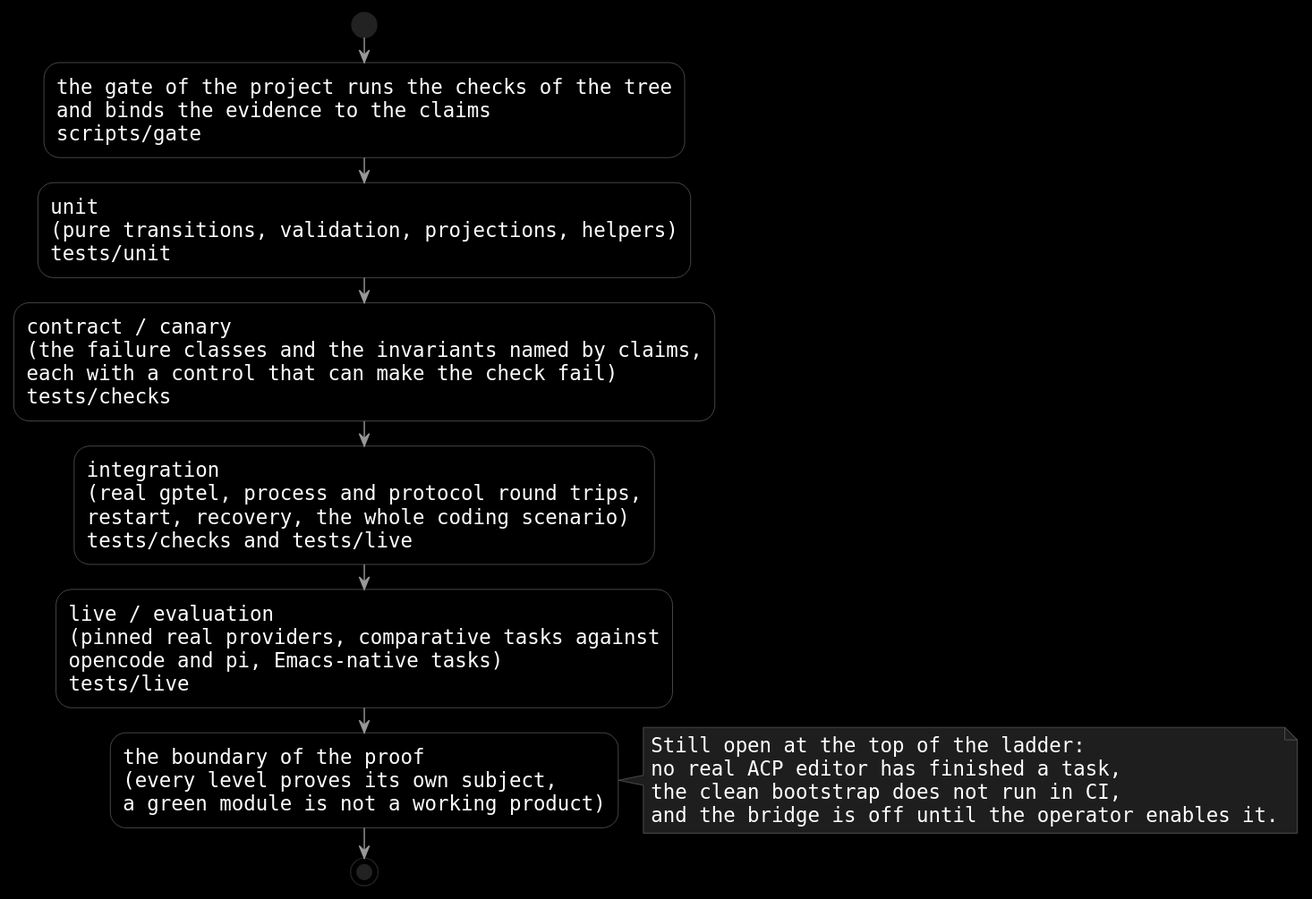
Above: site/assets/diagrams/check-levels-dark.svg in 11111000000/yeah (PlantUML), before the change.
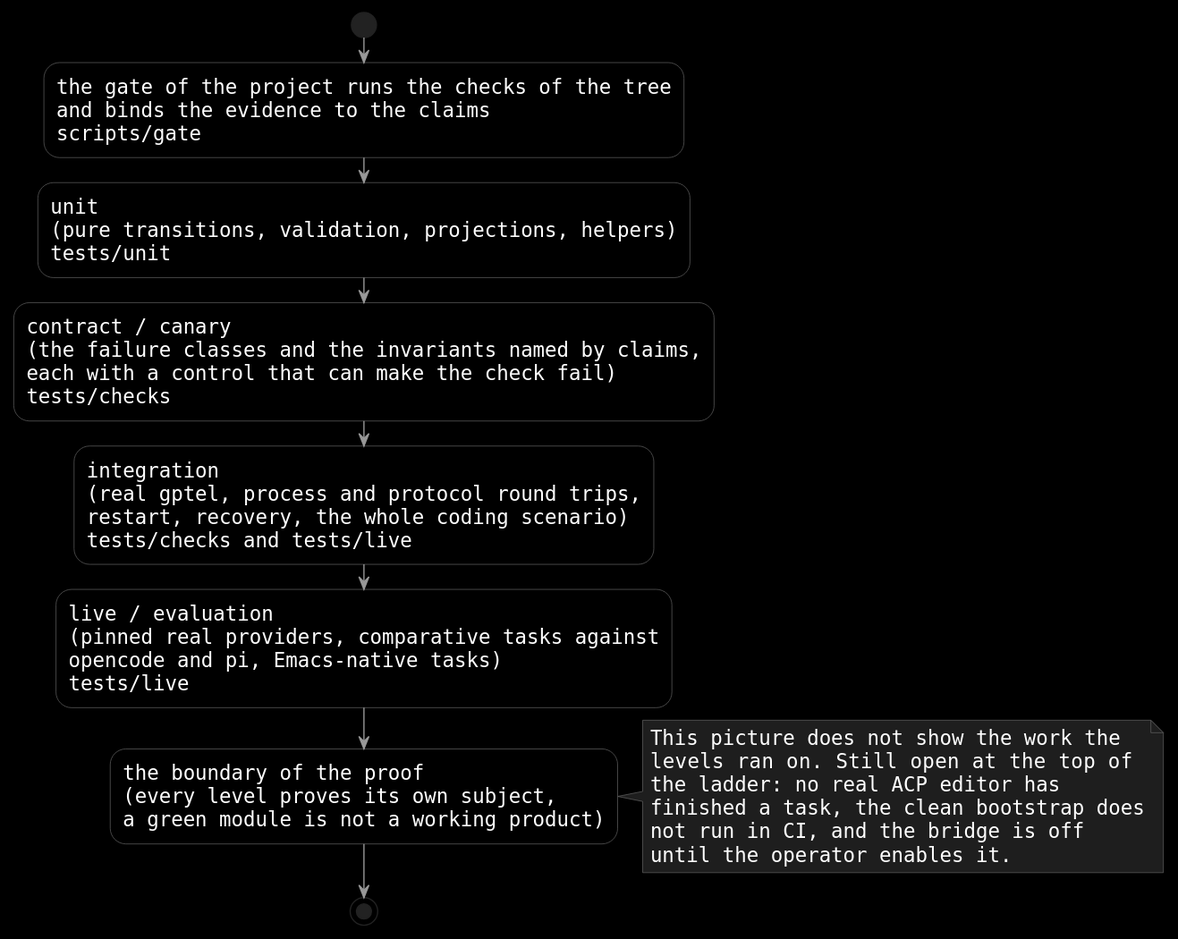
After the change.

Diff of the diagram source:
```diff
@@ -1,4 +1,5 @@
 @startuml
+!define SUBJECT_BG #0E3A2C
 skinparam nodeStyle rectangle
 skinparam stateStyle rectangle
 skinparam componentStyle rectangle
@@ -56,10 +57,12 @@
 a green module is not a working product);
 
 note right
-  Still open at the top of the ladder:
-  no real ACP editor has finished a task,
-  the clean bootstrap does not run in CI,
-  and the bridge is off until the operator enables it.
+  This picture does not show the work the
+  levels ran on.  Still open at the top of
+  the ladder: no real ACP editor has
+  finished a task, the clean bootstrap does
+  not run in CI, and the bridge is off
+  until the operator enables it.
 end note
 stop
 @enduml
```
